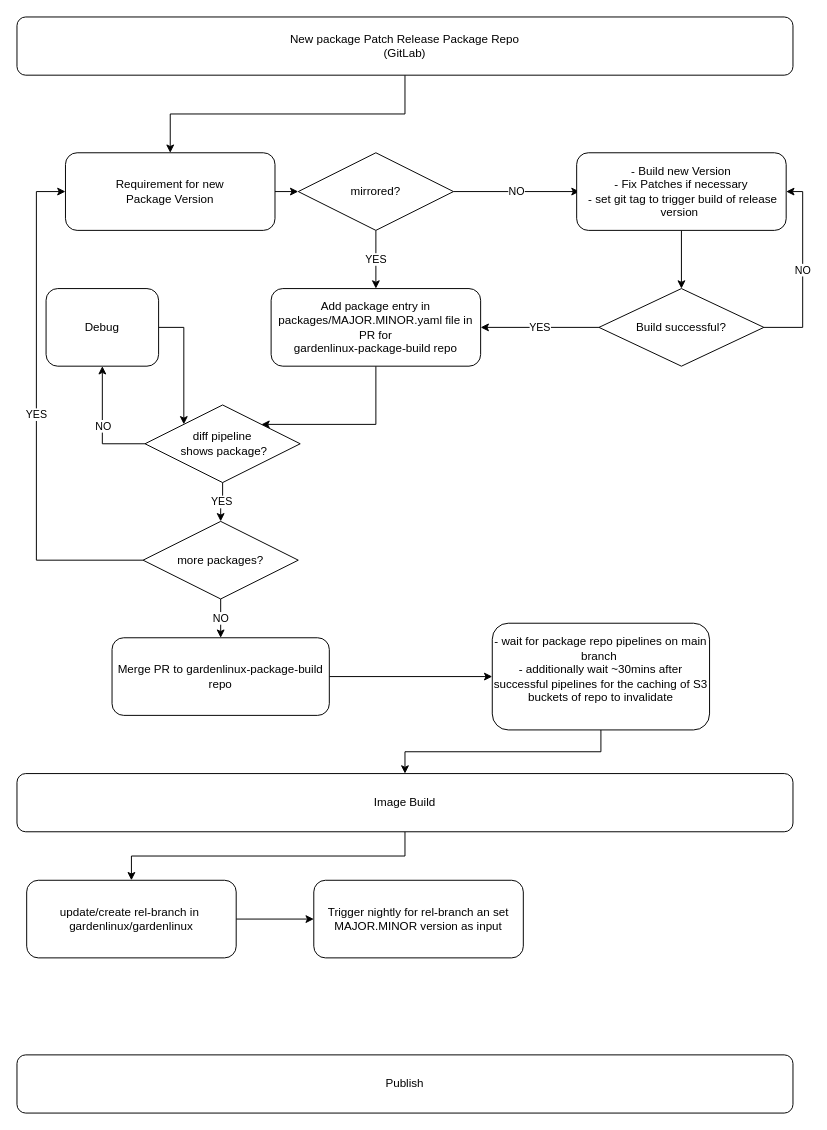
Earlier version of the draw.io diagram GardenLinux-Release.drawio (Vincinator/public-drawio-tmp). Source tidied: cells renumbered, new cells numbered last; positions are measured from the earlier drawing's top-left corner, leaving out a move shared by most shapes. Both pictures are drawn from the tidied source at 97%, with x=0, y=0 at pixel (16, 16).
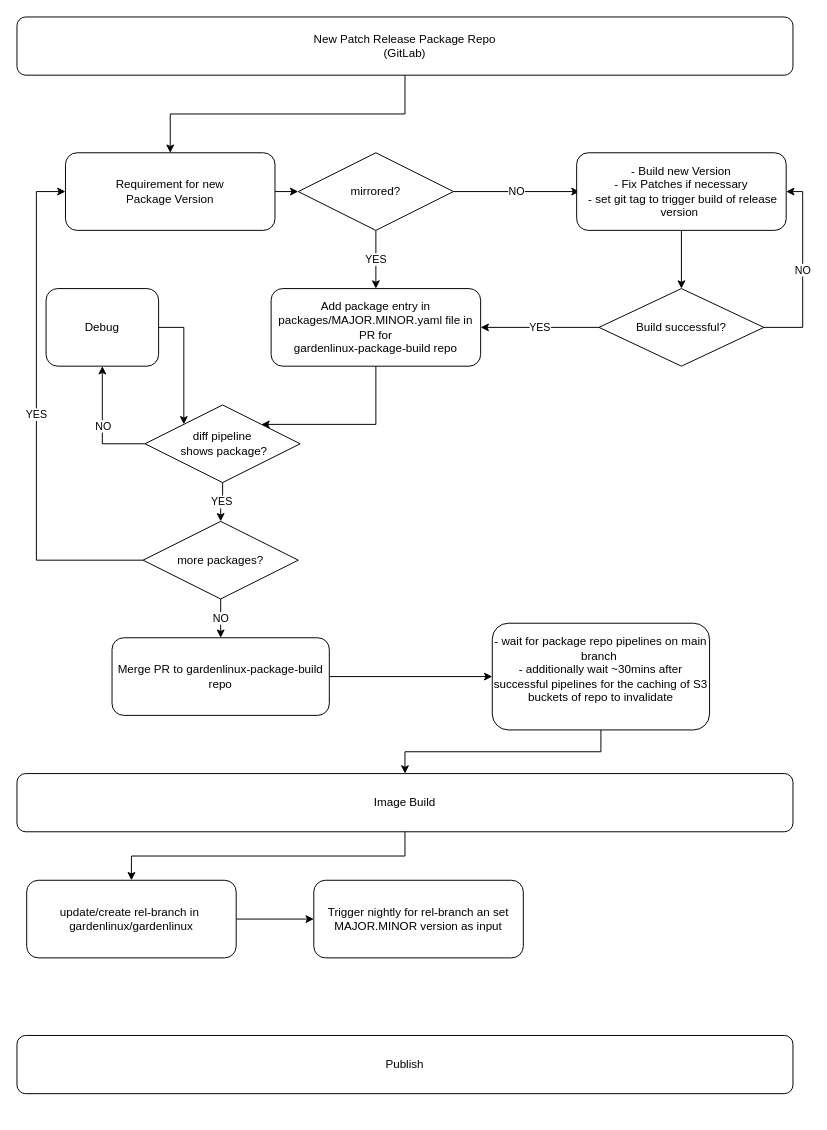
After the change.

Change to the diagram source:
```diff
@@
-    <mxCell id="3" value="New package Patch Release Package Repo&lt;br&gt;(GitLab)" style="rounded=1;whiteSpace=wrap;html=1;" parent="1" vertex="1">
+    <mxCell id="3" value="New Patch Release Package Repo&lt;br&gt;(GitLab)" style="rounded=1;whiteSpace=wrap;html=1;" parent="1" vertex="1">
       <mxGeometry width="800" height="60" as="geometry" />
     </mxCell>
@@
     <mxCell id="6" value="Publish" style="rounded=1;whiteSpace=wrap;html=1;" parent="1" vertex="1">
-      <mxGeometry y="1070" width="800" height="60" as="geometry" />
+      <mxGeometry y="1050" width="800" height="60" as="geometry" />
     </mxCell>
```
